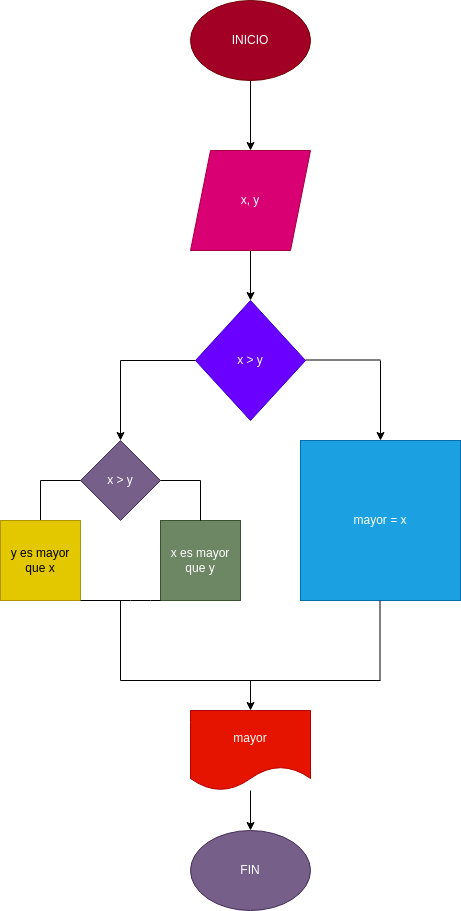
The draw.io diagram diagrama.png in jonathanbenitezmayorga/mayor_enteros, before a commit. Source tidied: cells renumbered, new cells last; positions are measured from the earlier drawing's top-left corner, leaving out a move shared by most shapes.
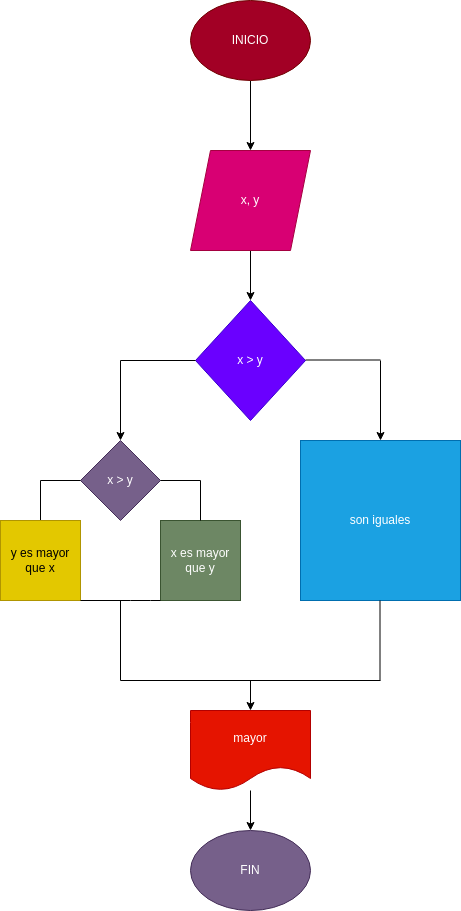
After the change.

Commit message:
Se agragan los cambios

The edit, as a diff of the source:
```diff
@@ -42,7 +42,7 @@
         <mxPoint x="380" y="440" as="targetPoint" />
       </mxGeometry>
     </mxCell>
-    <mxCell id="10" value="mayor = x" style="whiteSpace=wrap;html=1;fillColor=#1ba1e2;fontColor=#ffffff;strokeColor=#006EAF;" parent="1" vertex="1">
+    <mxCell id="10" value="son iguales" style="whiteSpace=wrap;html=1;fillColor=#1ba1e2;fontColor=#ffffff;strokeColor=#006EAF;" parent="1" vertex="1">
       <mxGeometry x="300" y="440" width="160" height="160" as="geometry" />
     </mxCell>
     <mxCell id="11" style="endArrow=none;html=1;" parent="1" edge="1">
```
